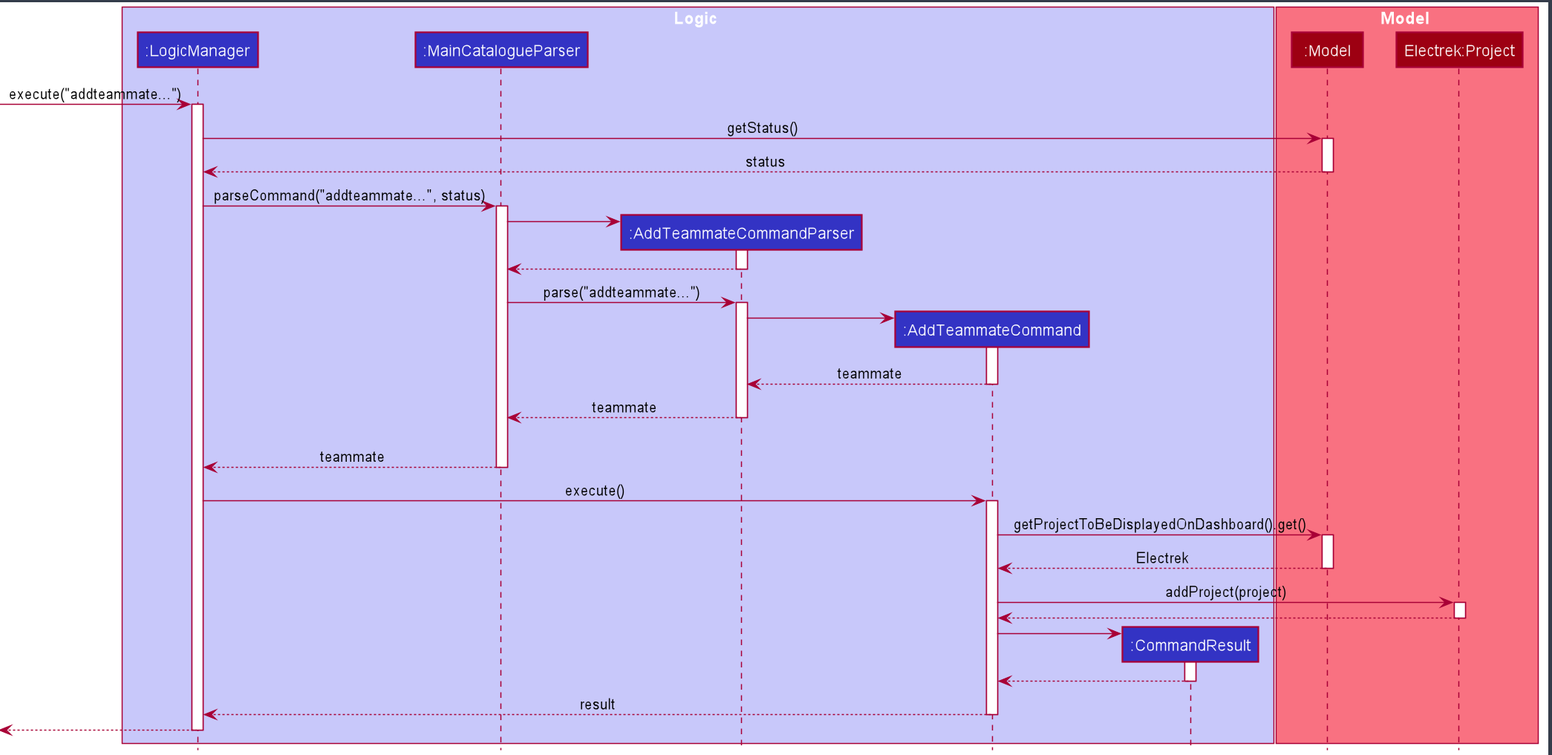
Earlier version of the PlantUML export docs/images/AddPersonSequenceDiagram.png (nus-cs2103-AY2021S1/tp). Its source is kept beside it as docs/diagrams/AddPersonSequenceDiagram.puml. Source of this version:
```plantuml
@startuml
!include style.puml

box Logic LOGIC_COLOR_T1
participant ":LogicManager" as LogicManager LOGIC_COLOR
participant ":MainCatalogueParser" as MainCatalogueParser LOGIC_COLOR
participant ":AddTeammateCommandParser" as AddTeammateCommandParser LOGIC_COLOR
participant ":AddTeammateCommand" as AddTeammateCommand LOGIC_COLOR
participant ":CommandResult" as CommandResult LOGIC_COLOR
end box

box Model MODEL_COLOR_T1
participant ":Model" as Model MODEL_COLOR
participant "Electrek:Project" as Project MODEL_COLOR
end box

[-> LogicManager : execute("addteammate...")
activate LogicManager

LogicManager -> Model: getStatus()
activate Model

Model --> LogicManager: status
deactivate Model

LogicManager -> MainCatalogueParser : parseCommand("addteammate...", status)
activate MainCatalogueParser

create AddTeammateCommandParser
MainCatalogueParser -> AddTeammateCommandParser
activate AddTeammateCommandParser

AddTeammateCommandParser --> MainCatalogueParser
deactivate AddTeammateCommandParser

MainCatalogueParser -> AddTeammateCommandParser : parse("addteammate...")
activate AddTeammateCommandParser

create AddTeammateCommand
AddTeammateCommandParser -> AddTeammateCommand
activate AddTeammateCommand

AddTeammateCommand --> AddTeammateCommandParser : teammate
deactivate AddTeammateCommand

AddTeammateCommandParser --> MainCatalogueParser : teammate
deactivate AddTeammateCommandParser
AddTeammateCommandParser -[hidden]-> MainCatalogueParser


MainCatalogueParser --> LogicManager : teammate
deactivate MainCatalogueParser

LogicManager -> AddTeammateCommand : execute()
activate AddTeammateCommand

AddTeammateCommand -> Model : getProjectToBeDisplayedOnDashboard().get()
activate Model

Model --> AddTeammateCommand : Electrek
deactivate Model

AddTeammateCommand -> Project : addProject(project)
activate Project

Project --> AddTeammateCommand :
deactivate Project

create CommandResult
AddTeammateCommand -> CommandResult
activate CommandResult

CommandResult --> AddTeammateCommand
deactivate CommandResult

AddTeammateCommand --> LogicManager : result
deactivate AddTeammateCommand

[<--LogicManager
deactivate LogicManager
@enduml
```
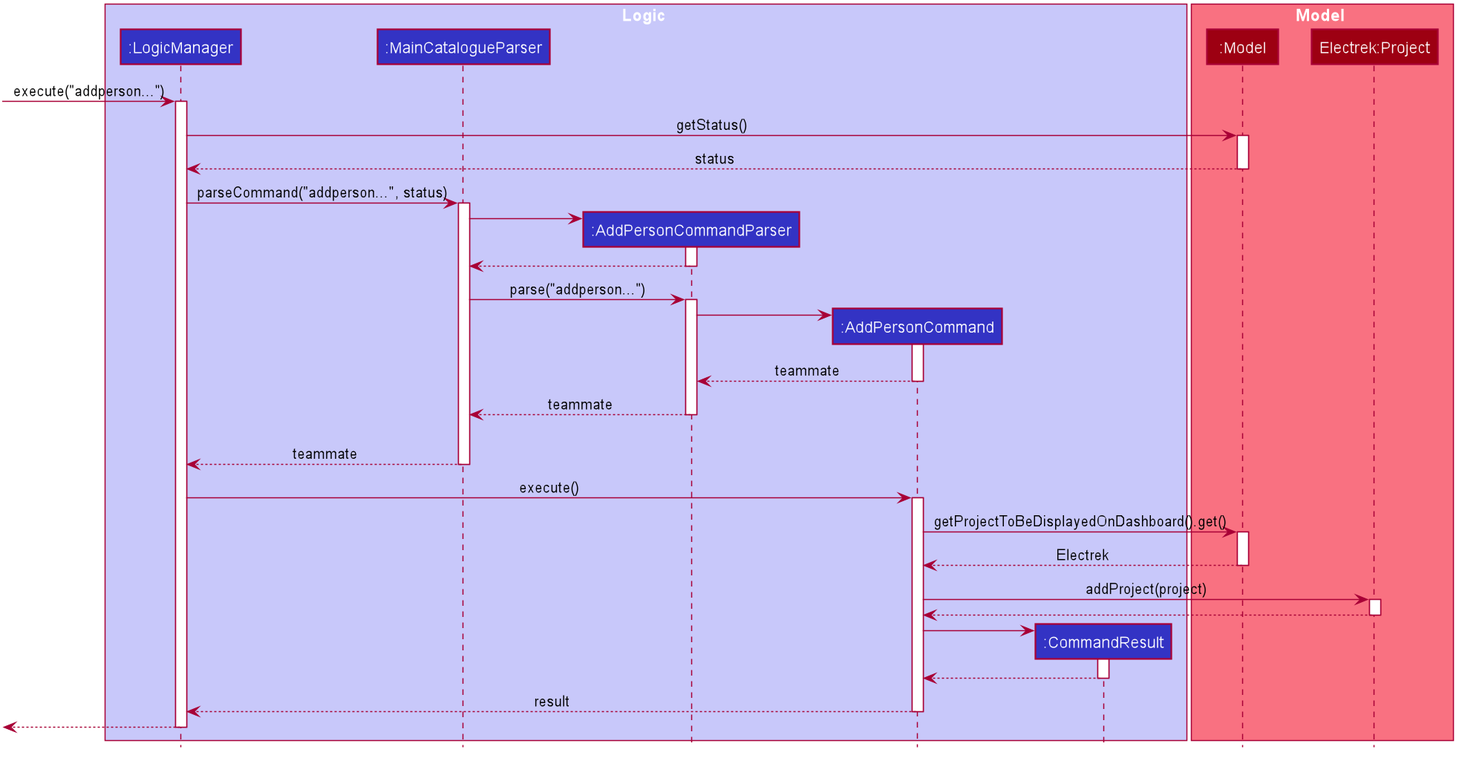
After the change.

Change to the diagram source:
```diff
@@ -4,8 +4,8 @@
 box Logic LOGIC_COLOR_T1
 participant ":LogicManager" as LogicManager LOGIC_COLOR
 participant ":MainCatalogueParser" as MainCatalogueParser LOGIC_COLOR
-participant ":AddTeammateCommandParser" as AddTeammateCommandParser LOGIC_COLOR
-participant ":AddTeammateCommand" as AddTeammateCommand LOGIC_COLOR
+participant ":AddPersonCommandParser" as AddPersonCommandParser LOGIC_COLOR
+participant ":AddPersonCommand" as AddPersonCommand LOGIC_COLOR
 participant ":CommandResult" as CommandResult LOGIC_COLOR
 end box
 
@@ -14,7 +14,7 @@
 participant "Electrek:Project" as Project MODEL_COLOR
 end box
 
-[-> LogicManager : execute("addteammate...")
+[-> LogicManager : execute("addperson...")
 activate LogicManager
 
 LogicManager -> Model: getStatus()
@@ -23,58 +23,58 @@
 Model --> LogicManager: status
 deactivate Model
 
-LogicManager -> MainCatalogueParser : parseCommand("addteammate...", status)
+LogicManager -> MainCatalogueParser : parseCommand("addperson...", status)
 activate MainCatalogueParser
 
-create AddTeammateCommandParser
-MainCatalogueParser -> AddTeammateCommandParser
-activate AddTeammateCommandParser
+create AddPersonCommandParser
+MainCatalogueParser -> AddPersonCommandParser
+activate AddPersonCommandParser
 
-AddTeammateCommandParser --> MainCatalogueParser
-deactivate AddTeammateCommandParser
+AddPersonCommandParser --> MainCatalogueParser
+deactivate AddPersonCommandParser
 
-MainCatalogueParser -> AddTeammateCommandParser : parse("addteammate...")
-activate AddTeammateCommandParser
+MainCatalogueParser -> AddPersonCommandParser : parse("addperson...")
+activate AddPersonCommandParser
 
-create AddTeammateCommand
-AddTeammateCommandParser -> AddTeammateCommand
-activate AddTeammateCommand
+create AddPersonCommand
+AddPersonCommandParser -> AddPersonCommand
+activate AddPersonCommand
 
-AddTeammateCommand --> AddTeammateCommandParser : teammate
-deactivate AddTeammateCommand
+AddPersonCommand --> AddPersonCommandParser : teammate
+deactivate AddPersonCommand
 
-AddTeammateCommandParser --> MainCatalogueParser : teammate
-deactivate AddTeammateCommandParser
-AddTeammateCommandParser -[hidden]-> MainCatalogueParser
+AddPersonCommandParser --> MainCatalogueParser : teammate
+deactivate AddPersonCommandParser
+AddPersonCommandParser -[hidden]-> MainCatalogueParser
 
 
 MainCatalogueParser --> LogicManager : teammate
 deactivate MainCatalogueParser
 
-LogicManager -> AddTeammateCommand : execute()
-activate AddTeammateCommand
+LogicManager -> AddPersonCommand : execute()
+activate AddPersonCommand
 
-AddTeammateCommand -> Model : getProjectToBeDisplayedOnDashboard().get()
+AddPersonCommand -> Model : getProjectToBeDisplayedOnDashboard().get()
 activate Model
 
-Model --> AddTeammateCommand : Electrek
+Model --> AddPersonCommand : Electrek
 deactivate Model
 
-AddTeammateCommand -> Project : addProject(project)
+AddPersonCommand -> Project : addProject(project)
 activate Project
 
-Project --> AddTeammateCommand :
+Project --> AddPersonCommand :
 deactivate Project
 
 create CommandResult
-AddTeammateCommand -> CommandResult
+AddPersonCommand -> CommandResult
 activate CommandResult
 
-CommandResult --> AddTeammateCommand
+CommandResult --> AddPersonCommand
 deactivate CommandResult
 
-AddTeammateCommand --> LogicManager : result
-deactivate AddTeammateCommand
+AddPersonCommand --> LogicManager : result
+deactivate AddPersonCommand
 
 [<--LogicManager
 deactivate LogicManager
```
